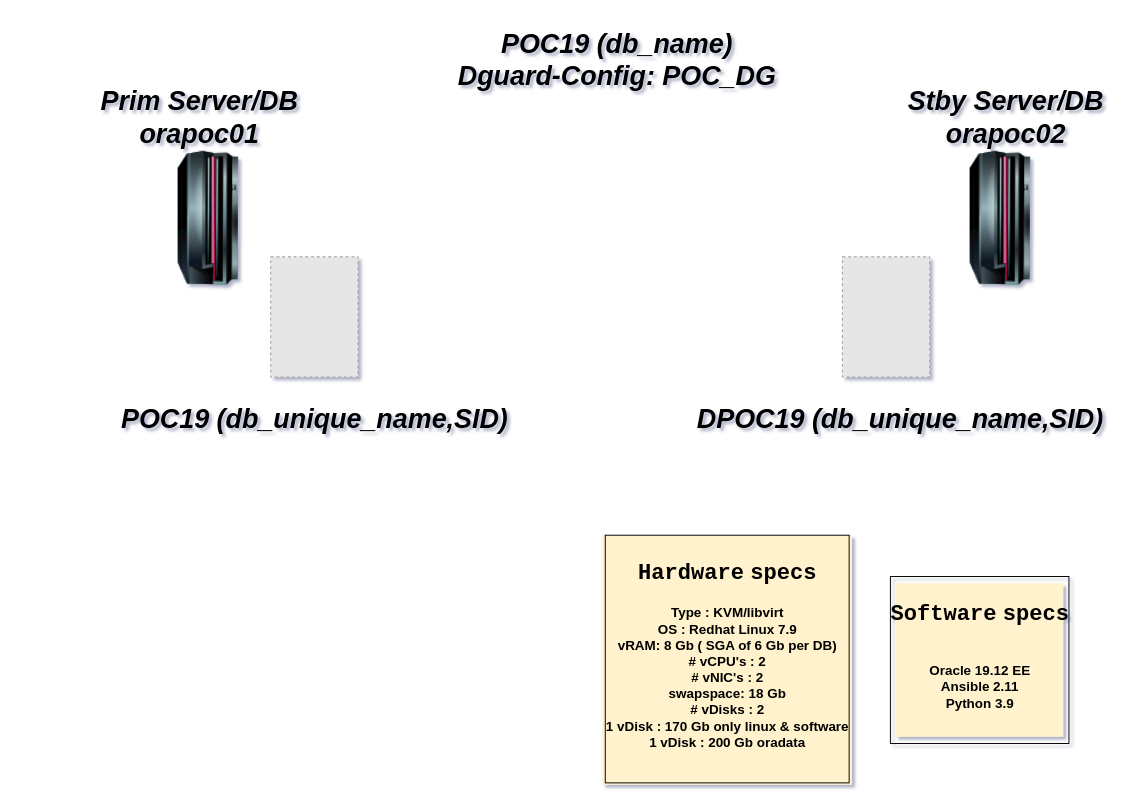
The draw.io diagram xdoc/99_Various/Untitled Diagram.drawio in bnpdba/BNP_POC_DGuard, before the edit. Source tidied: cells renumbered, new cells numbered last; positions are measured from the earlier drawing's top-left corner, leaving out a move shared by most shapes. Both pictures are drawn from the tidied source at 96%, with x=0, y=0 at pixel (93, 36). Pictures stored in the file or linked from it are replaced by grey dashed boxes.
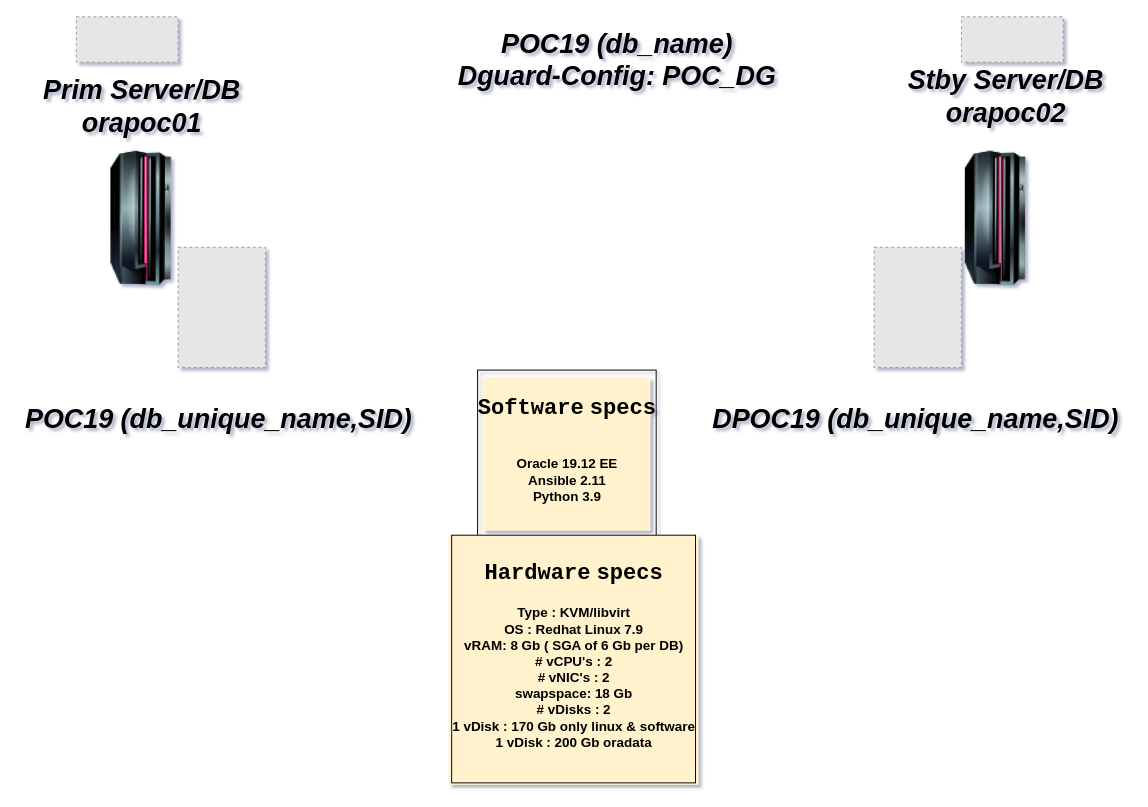
The same page after the edit.

The edit, as a diff of the source:
```diff
@@
 <mxGraphModel shadow="1">
   <root>
     <mxCell id="0" />
     <mxCell id="1" parent="0" />
     <mxCell id="2" style="image;html=1;image=img/lib/clip_art/computers/Mainframe_128x128.png;" parent="1" vertex="1">
-      <mxGeometry x="10" y="120" width="220" height="140" as="geometry" />
+      <mxGeometry x="-60" y="120" width="220" height="140" as="geometry" />
     </mxCell>
-    <mxCell id="3" style="image;html=1;image=img/lib/clip_art/computers/Mainframe_128x128.png;" parent="1" vertex="1">
-      <mxGeometry x="835" y="120" width="220" height="140" as="geometry" />
+    <mxCell id="3" style="image;html=1;image=img/lib/clip_art/computers/Mainframe_128x128.png;verticalAlign=top;" parent="1" vertex="1">
+      <mxGeometry x="830" y="120" width="220" height="140" as="geometry" />
     </mxCell>
     <mxCell id="4" value="&lt;div&gt;&lt;i&gt;&lt;font style=&quot;font-size: 28px&quot;&gt;&lt;b&gt;POC19 (db_name)&lt;br&gt;&lt;/b&gt;&lt;/font&gt;&lt;/i&gt;&lt;/div&gt;&lt;div&gt;&lt;i&gt;&lt;font style=&quot;font-size: 28px&quot;&gt;&lt;b&gt;Dguard-Config: POC_DG&lt;br&gt;&lt;/b&gt;&lt;/font&gt;&lt;/i&gt;&lt;/div&gt;" style="text;html=1;align=center;verticalAlign=middle;fillColor=none;strokeColor=none;rounded=0;" parent="1" vertex="1">
       <mxGeometry x="370" width="350" height="50" as="geometry" />
     </mxCell>
     <mxCell id="5" value="&lt;i&gt;&lt;font style=&quot;font-size: 28px&quot;&gt;&lt;b&gt;POC19 (db_unique_name,SID)&lt;/b&gt;&lt;/font&gt;&lt;/i&gt;" style="text;html=1;align=center;verticalAlign=middle;fillColor=none;strokeColor=none;rounded=0;" parent="1" vertex="1">
-      <mxGeometry x="20" y="384" width="420" height="30" as="geometry" />
+      <mxGeometry x="-80" y="384" width="420" height="30" as="geometry" />
     </mxCell>
-    <mxCell id="6" value="&lt;div&gt;&lt;i&gt;&lt;font style=&quot;font-size: 28px&quot;&gt;&lt;b&gt;Prim Server/DB&lt;br&gt;&lt;/b&gt;&lt;/font&gt;&lt;/i&gt;&lt;/div&gt;&lt;div&gt;&lt;i&gt;&lt;font style=&quot;font-size: 28px&quot;&gt;&lt;b&gt;orapoc01&lt;/b&gt;&lt;/font&gt;&lt;/i&gt;&lt;/div&gt;" style="text;html=1;align=center;verticalAlign=middle;fillColor=none;strokeColor=none;rounded=0;" parent="1" vertex="1">
-      <mxGeometry y="60" width="220" height="50" as="geometry" />
+    <mxCell id="6" value="&lt;div&gt;&lt;i&gt;&lt;font style=&quot;font-size: 28px&quot;&gt;&lt;b&gt;Prim Server/DB&lt;br&gt;&lt;/b&gt;&lt;/font&gt;&lt;/i&gt;&lt;/div&gt;&lt;div&gt;&lt;i&gt;&lt;font style=&quot;font-size: 28px&quot;&gt;&lt;b&gt;orapoc01&lt;/b&gt;&lt;/font&gt;&lt;/i&gt;&lt;/div&gt;" style="text;html=1;align=center;verticalAlign=middle;fillColor=none;strokeColor=none;rounded=0;spacing=-13;spacingTop=-5;" parent="1" vertex="1">
+      <mxGeometry x="-60" y="50" width="220" height="50" as="geometry" />
     </mxCell>
-    <mxCell id="7" value="&lt;div&gt;&lt;i&gt;&lt;font style=&quot;font-size: 28px&quot;&gt;&lt;b&gt;Stby Server/DB&lt;br&gt;&lt;/b&gt;&lt;/font&gt;&lt;/i&gt;&lt;/div&gt;&lt;div&gt;&lt;i&gt;&lt;font style=&quot;font-size: 28px&quot;&gt;&lt;b&gt;orapoc02&lt;/b&gt;&lt;/font&gt;&lt;/i&gt;&lt;/div&gt;" style="text;html=1;align=center;verticalAlign=middle;fillColor=none;strokeColor=none;rounded=0;" parent="1" vertex="1">
-      <mxGeometry x="840" y="60" width="220" height="50" as="geometry" />
-    </mxCell>
     <mxCell id="8" value="&lt;i&gt;&lt;font style=&quot;font-size: 28px&quot;&gt;&lt;b&gt;DPOC19 (db_unique_name,SID)&lt;/b&gt;&lt;/font&gt;&lt;/i&gt;" style="text;html=1;align=center;verticalAlign=middle;fillColor=none;strokeColor=none;rounded=0;" parent="1" vertex="1">
-      <mxGeometry x="620" y="384" width="440" height="30" as="geometry" />
+      <mxGeometry x="635.5" y="384" width="440" height="30" as="geometry" />
     </mxCell>
     <mxCell id="9" value="&lt;div style=&quot;font-size: 14px&quot;&gt;&lt;h1&gt;&lt;font style=&quot;font-size: 14px&quot; face=&quot;Courier New&quot;&gt;&lt;span style=&quot;font-size: 14px&quot;&gt;&lt;/span&gt;&lt;/font&gt;&lt;font style=&quot;font-size: 23px&quot;&gt;&lt;span&gt;&lt;font face=&quot;Courier New&quot;&gt;Software&lt;/font&gt; &lt;font style=&quot;font-size: 23px&quot; face=&quot;Courier New&quot;&gt;specs&lt;/font&gt;&lt;br&gt;&lt;/span&gt;&lt;/font&gt;&lt;/h1&gt;&lt;/div&gt;&lt;div style=&quot;font-size: 14px&quot;&gt;&lt;font style=&quot;font-size: 14px&quot;&gt;&lt;span style=&quot;font-size: 14px&quot;&gt;&lt;br&gt;&lt;/span&gt;&lt;/font&gt;&lt;/div&gt;&lt;div style=&quot;font-size: 14px&quot;&gt;&lt;font style=&quot;font-size: 14px&quot;&gt;&lt;span style=&quot;font-size: 14px&quot;&gt;Oracle 19.12 EE&lt;br&gt;&lt;/span&gt;&lt;/font&gt;&lt;/div&gt;&lt;div style=&quot;font-size: 14px&quot;&gt;&lt;font style=&quot;font-size: 14px&quot;&gt;&lt;span style=&quot;font-size: 14px&quot;&gt;Ansible 2.11&lt;/span&gt;&lt;/font&gt;&lt;/div&gt;&lt;div style=&quot;font-size: 14px&quot;&gt;&lt;font style=&quot;font-size: 14px&quot;&gt;&lt;span style=&quot;font-size: 14px&quot;&gt;Python 3.9&lt;/span&gt;&lt;/font&gt;&lt;/div&gt;&lt;div style=&quot;font-size: 14px&quot;&gt;&lt;font style=&quot;font-size: 14px&quot;&gt;&lt;span style=&quot;font-size: 14px&quot;&gt;&lt;br style=&quot;font-size: 14px&quot;&gt;&lt;/span&gt;&lt;/font&gt;&lt;/div&gt;&lt;div style=&quot;font-size: 14px&quot;&gt;&lt;font style=&quot;font-size: 14px&quot;&gt;&lt;span style=&quot;font-size: 14px&quot;&gt;&lt;br style=&quot;font-size: 14px&quot;&gt;&lt;/span&gt;&lt;/font&gt;&lt;/div&gt;" style="text;html=1;align=center;verticalAlign=middle;rounded=0;fontSize=14;fontStyle=1;labelBorderColor=#000000;spacingTop=0;spacingLeft=0;spacingBottom=0;spacingRight=0;fillColor=#fff2cc;strokeWidth=0;" parent="1" vertex="1">
-      <mxGeometry x="835" y="570" width="175" height="160" as="geometry" />
+      <mxGeometry x="405" y="355.3" width="175" height="160" as="geometry" />
     </mxCell>
     <mxCell id="10" value="&lt;div style=&quot;font-size: 14px&quot;&gt;&lt;font style=&quot;font-size: 14px&quot;&gt;&lt;span style=&quot;font-size: 14px&quot;&gt;&lt;/span&gt;&lt;/font&gt;&lt;h1&gt;&lt;font style=&quot;font-size: 23px&quot;&gt;&lt;span&gt;&lt;font style=&quot;font-size: 23px&quot; face=&quot;Courier New&quot;&gt;Hardware&lt;/font&gt; &lt;font style=&quot;font-size: 23px&quot; face=&quot;Courier New&quot;&gt;specs&lt;/font&gt;&lt;br&gt;&lt;/span&gt;&lt;/font&gt;&lt;/h1&gt;&lt;/div&gt;&lt;div style=&quot;font-size: 14px&quot;&gt;&lt;font style=&quot;font-size: 14px&quot;&gt;&lt;span style=&quot;font-size: 14px&quot;&gt;Type : KVM/libvirt&lt;br style=&quot;font-size: 14px&quot;&gt;&lt;/span&gt;&lt;/font&gt;&lt;/div&gt;&lt;div style=&quot;font-size: 14px&quot;&gt;&lt;font style=&quot;font-size: 14px&quot;&gt;&lt;span style=&quot;font-size: 14px&quot;&gt;OS : Redhat Linux 7.9&lt;/span&gt;&lt;/font&gt;&lt;/div&gt;&lt;div style=&quot;font-size: 14px&quot;&gt;&lt;font style=&quot;font-size: 14px&quot;&gt;&lt;span style=&quot;font-size: 14px&quot;&gt;vRAM: 8 Gb ( SGA of 6 Gb per DB)&lt;/span&gt;&lt;/font&gt;&lt;/div&gt;&lt;div style=&quot;font-size: 14px&quot;&gt;&lt;font style=&quot;font-size: 14px&quot;&gt;&lt;span style=&quot;font-size: 14px&quot;&gt;# vCPU's : 2 &lt;br style=&quot;font-size: 14px&quot;&gt;&lt;/span&gt;&lt;/font&gt;&lt;/div&gt;&lt;div style=&quot;font-size: 14px&quot;&gt;&lt;font style=&quot;font-size: 14px&quot;&gt;&lt;span style=&quot;font-size: 14px&quot;&gt;# vNIC's : 2&lt;/span&gt;&lt;/font&gt;&lt;/div&gt;&lt;div style=&quot;font-size: 14px&quot;&gt;&lt;font style=&quot;font-size: 14px&quot;&gt;&lt;span style=&quot;font-size: 14px&quot;&gt;swapspace: 18 Gb&lt;/span&gt;&lt;/font&gt;&lt;/div&gt;&lt;div style=&quot;font-size: 14px&quot;&gt;&lt;font style=&quot;font-size: 14px&quot;&gt;&lt;span style=&quot;font-size: 14px&quot;&gt;# vDisks : 2&lt;/span&gt;&lt;/font&gt;&lt;/div&gt;&lt;div style=&quot;font-size: 14px&quot;&gt;&lt;font style=&quot;font-size: 14px&quot;&gt;&lt;span style=&quot;font-size: 14px&quot;&gt;1 vDisk : 170 Gb only linux &amp;amp; software&lt;/span&gt;&lt;/font&gt;&lt;/div&gt;&lt;div style=&quot;font-size: 14px&quot;&gt;&lt;font style=&quot;font-size: 14px&quot;&gt;&lt;span style=&quot;font-size: 14px&quot;&gt;1 vDisk : 200 Gb oradata&lt;br style=&quot;font-size: 14px&quot;&gt;&lt;/span&gt;&lt;/font&gt;&lt;/div&gt;&lt;div style=&quot;font-size: 14px&quot;&gt;&lt;font style=&quot;font-size: 14px&quot;&gt;&lt;span style=&quot;font-size: 14px&quot;&gt;&lt;br style=&quot;font-size: 14px&quot;&gt;&lt;br&gt;&lt;/span&gt;&lt;/font&gt;&lt;/div&gt;" style="text;html=1;align=center;verticalAlign=middle;rounded=0;fontSize=14;fontStyle=1;labelBorderColor=#000000;spacingTop=0;spacingLeft=2;spacingBottom=2;spacingRight=2;fillColor=#fff2cc;strokeWidth=0;" parent="1" vertex="1">
-      <mxGeometry x="530" y="520" width="260" height="260" as="geometry" />
+      <mxGeometry x="370" y="520" width="260" height="260" as="geometry" />
     </mxCell>
     <mxCell id="11" style="fillColor=#E6E6E6;strokeColor=#999999;dashed=1;verticalLabelPosition=bottom;verticalAlign=top;" parent="1" vertex="1">
-      <mxGeometry x="184.5" y="230" width="91" height="125.3" as="geometry" />
+      <mxGeometry x="88" y="220" width="91" height="125.3" as="geometry" />
     </mxCell>
     <mxCell id="12" style="fillColor=#E6E6E6;strokeColor=#999999;dashed=1;verticalLabelPosition=bottom;verticalAlign=top;" parent="1" vertex="1">
-      <mxGeometry x="780" y="230" width="91" height="125.3" as="geometry" />
+      <mxGeometry x="813" y="220" width="91" height="125.3" as="geometry" />
     </mxCell>
+    <mxCell id="13" style="fillColor=#E6E6E6;strokeColor=#999999;dashed=1;verticalLabelPosition=bottom;verticalAlign=top;" parent="1" vertex="1">
+      <mxGeometry x="-18" y="-20" width="106" height="47.3" as="geometry" />
+    </mxCell>
+    <mxCell id="7" value="&lt;div&gt;&lt;i&gt;&lt;font style=&quot;font-size: 28px&quot;&gt;&lt;b&gt;Stby Server/DB&lt;br&gt;&lt;/b&gt;&lt;/font&gt;&lt;/i&gt;&lt;/div&gt;&lt;div&gt;&lt;i&gt;&lt;font style=&quot;font-size: 28px&quot;&gt;&lt;b&gt;orapoc02&lt;/b&gt;&lt;/font&gt;&lt;/i&gt;&lt;/div&gt;" style="text;html=1;align=center;verticalAlign=middle;fillColor=none;strokeColor=none;rounded=0;spacing=-13;spacingTop=-5;" parent="1" vertex="1">
+      <mxGeometry x="855" y="55" width="190" height="20" as="geometry" />
+    </mxCell>
+    <mxCell id="14" style="fillColor=#E6E6E6;strokeColor=#999999;dashed=1;verticalLabelPosition=bottom;verticalAlign=top;" parent="1" vertex="1">
+      <mxGeometry x="904" y="-20" width="106" height="47.3" as="geometry" />
+    </mxCell>
   </root>
 </mxGraphModel>
```
